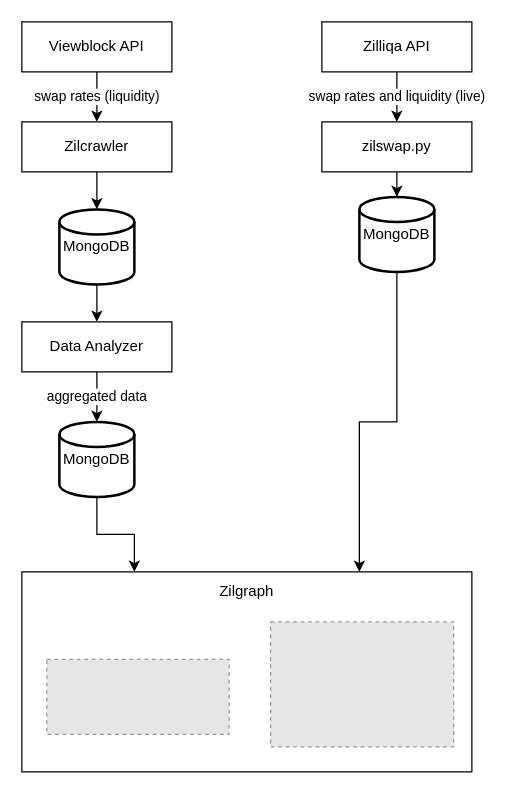
Earlier version of the draw.io diagram page "Legacy" (3 of 3) of doc/drawio/Zilgraph.drawio (rustyqt/zilgraph). Source tidied: cells renumbered, new cells numbered last; positions are measured from the earlier drawing's top-left corner, leaving out a move shared by most shapes. Both pictures are drawn from the tidied source at 125%, with x=0, y=0 at pixel (21, 21). Pictures stored in the file or linked from it are replaced by grey dashed boxes.
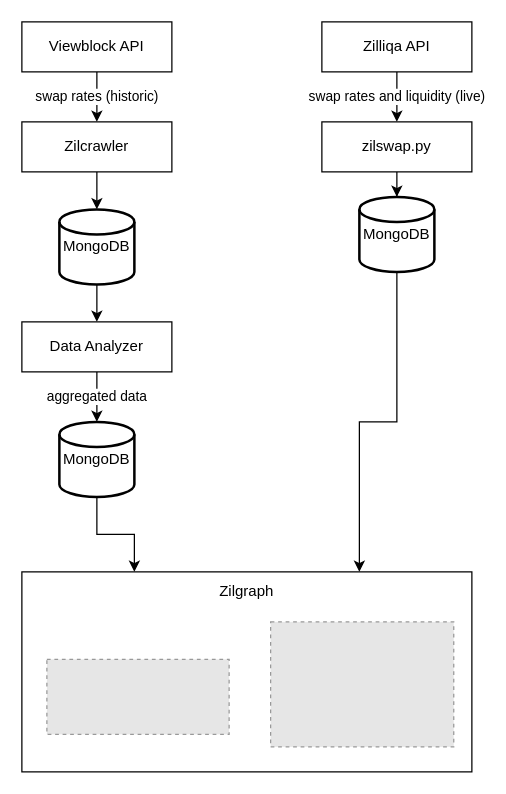
After the change.

The change refers to these unchanged cells:
```xml
<mxCell id="5" value="Viewblock API" style="rounded=0;whiteSpace=wrap;html=1;" parent="1" vertex="1">
  <mxGeometry width="120" height="40" as="geometry" />
</mxCell>
<mxCell id="9" value="Zilcrawler" style="rounded=0;whiteSpace=wrap;html=1;" parent="1" vertex="1">
  <mxGeometry y="80" width="120" height="40" as="geometry" />
</mxCell>
```

Change to the diagram source:
```diff
@@
-    <mxCell id="4" value="swap rates (liquidity)" style="edgeStyle=orthogonalEdgeStyle;rounded=0;jettySize=auto;html=1;exitX=0.5;exitY=1;exitDx=0;exitDy=0;entryX=0.5;entryY=0;entryDx=0;entryDy=0;" parent="1" edge="1" source="5" target="9">
+    <mxCell id="4" value="swap rates (historic)" style="edgeStyle=orthogonalEdgeStyle;rounded=0;jettySize=auto;html=1;exitX=0.5;exitY=1;exitDx=0;exitDy=0;entryX=0.5;entryY=0;entryDx=0;entryDy=0;" parent="1" edge="1" source="5" target="9">
       <mxGeometry relative="1" as="geometry" />
     </mxCell>
```
